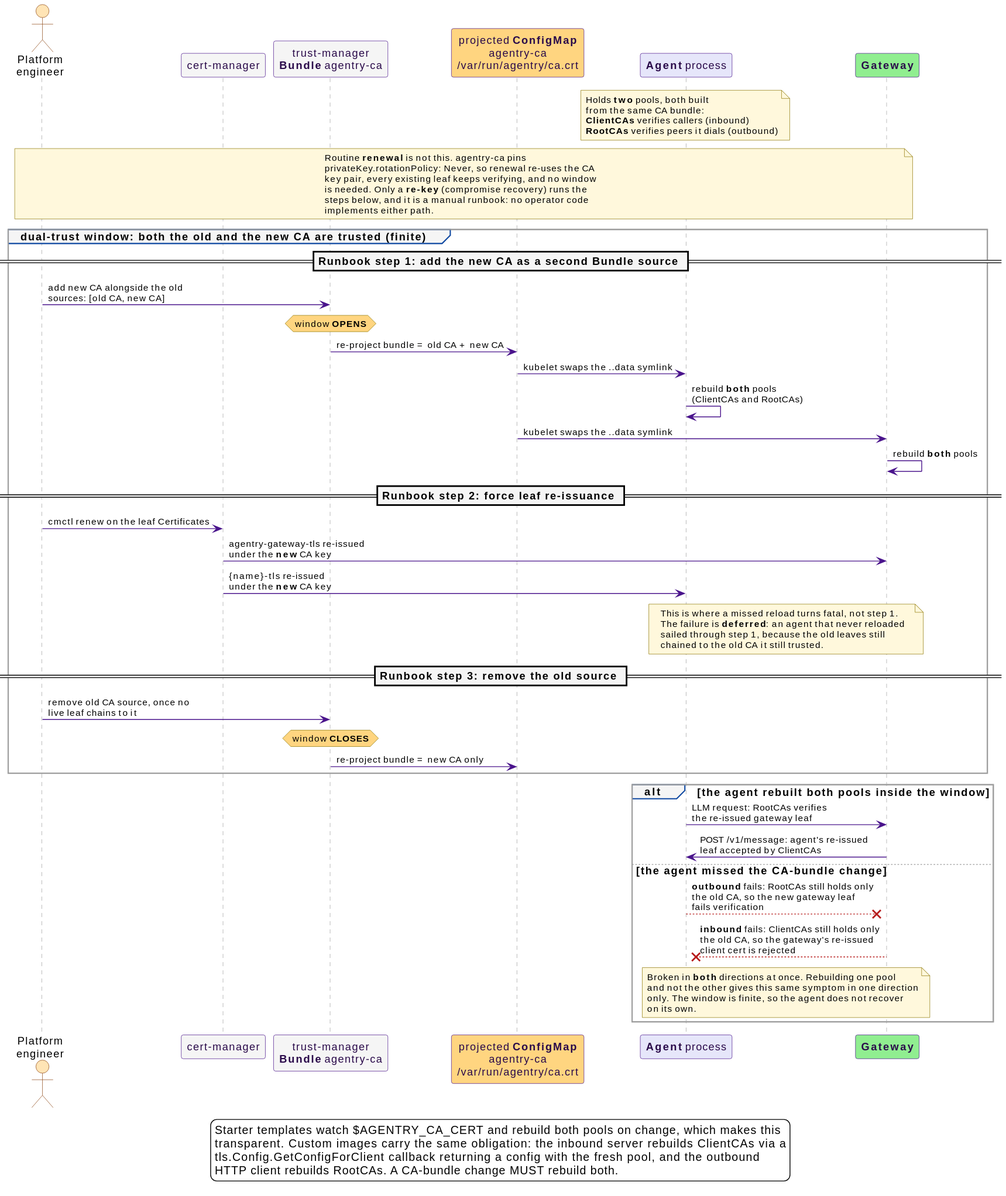
Above: docs/src/diagrams/ca-rekey-window.svg in win07xp/kaalm (PlantUML), before the change. Its diagram source:
```plantuml
@startuml
!include _style.puml

skinparam wrapWidth 340

actor "Platform\nengineer" as PE #FFE4B5
participant "cert-manager" as CM #F5F5F5
participant "trust-manager\n**Bundle** agentry-ca" as TM #F5F5F5
participant "projected **ConfigMap**\nagentry-ca\n/var/run/agentry/ca.crt" as CFG #FFD580
participant "**Agent** process" as AG #E6E6FA
participant "**Gateway**" as GW #90EE90

note over AG
  Holds **two** pools, both built
  from the same CA bundle:
  **ClientCAs** verifies callers (inbound)
  **RootCAs** verifies peers it dials (outbound)
end note

note over PE, GW #FFF8DC
  Routine **renewal** is not this. agentry-ca pins
  privateKey.rotationPolicy: Never, so renewal re-uses the CA
  key pair, every existing leaf keeps verifying, and no window
  is needed. Only a **re-key** (compromise recovery) runs the
  steps below, and it is a manual runbook: no operator code
  implements either path.
end note

group dual-trust window: both the old and the new CA are trusted (finite)

  == Runbook step 1: add the new CA as a second Bundle source ==
  PE -> TM : add new CA alongside the old\nsources: [old CA, new CA]
  hnote over TM #FFD580 : window **OPENS**
  TM -> CFG : re-project bundle = old CA + new CA
  CFG -> AG : kubelet swaps the ..data symlink
  AG -> AG : rebuild **both** pools\n(ClientCAs and RootCAs)
  CFG -> GW : kubelet swaps the ..data symlink
  GW -> GW : rebuild **both** pools

  == Runbook step 2: force leaf re-issuance ==
  PE -> CM : cmctl renew on the leaf Certificates
  CM -> GW : agentry-gateway-tls re-issued\nunder the **new** CA key
  CM -> AG : {name}-tls re-issued\nunder the **new** CA key
  note over AG, GW #FFF8DC
    This is where a missed reload turns fatal, not step 1.
    The failure is **deferred**: an agent that never reloaded
    sailed through step 1, because the old leaves still
    chained to the old CA it still trusted.
  end note

  == Runbook step 3: remove the old source ==
  PE -> TM : remove old CA source, once no\nlive leaf chains to it
  hnote over TM #FFD580 : window **CLOSES**
  TM -> CFG : re-project bundle = new CA only
end

alt the agent rebuilt both pools inside the window
  AG -> GW : LLM request: RootCAs verifies\nthe re-issued gateway leaf
  GW -> AG : POST /v1/message: agent's re-issued\nleaf accepted by ClientCAs
else the agent missed the CA-bundle change
  AG -[#B71C1C]->x GW : **outbound** fails: RootCAs still holds only\nthe old CA, so the new gateway leaf\nfails verification
  GW -[#B71C1C]->x AG : **inbound** fails: ClientCAs still holds only\nthe old CA, so the gateway's re-issued\nclient cert is rejected
  note over AG, GW #FFF8DC
    Broken in **both** directions at once. Rebuilding one pool
    and not the other gives this same symptom in one direction
    only. The window is finite, so the agent does not recover
    on its own.
  end note
end

legend bottom
  Starter templates watch $AGENTRY_CA_CERT and rebuild both pools on change, which makes this
  transparent. Custom images carry the same obligation: the inbound server rebuilds ClientCAs via a
  tls.Config.GetConfigForClient callback returning a config with the fresh pool, and the outbound
  HTTP client rebuilds RootCAs. A CA-bundle change MUST rebuild both.
endlegend
@enduml
```
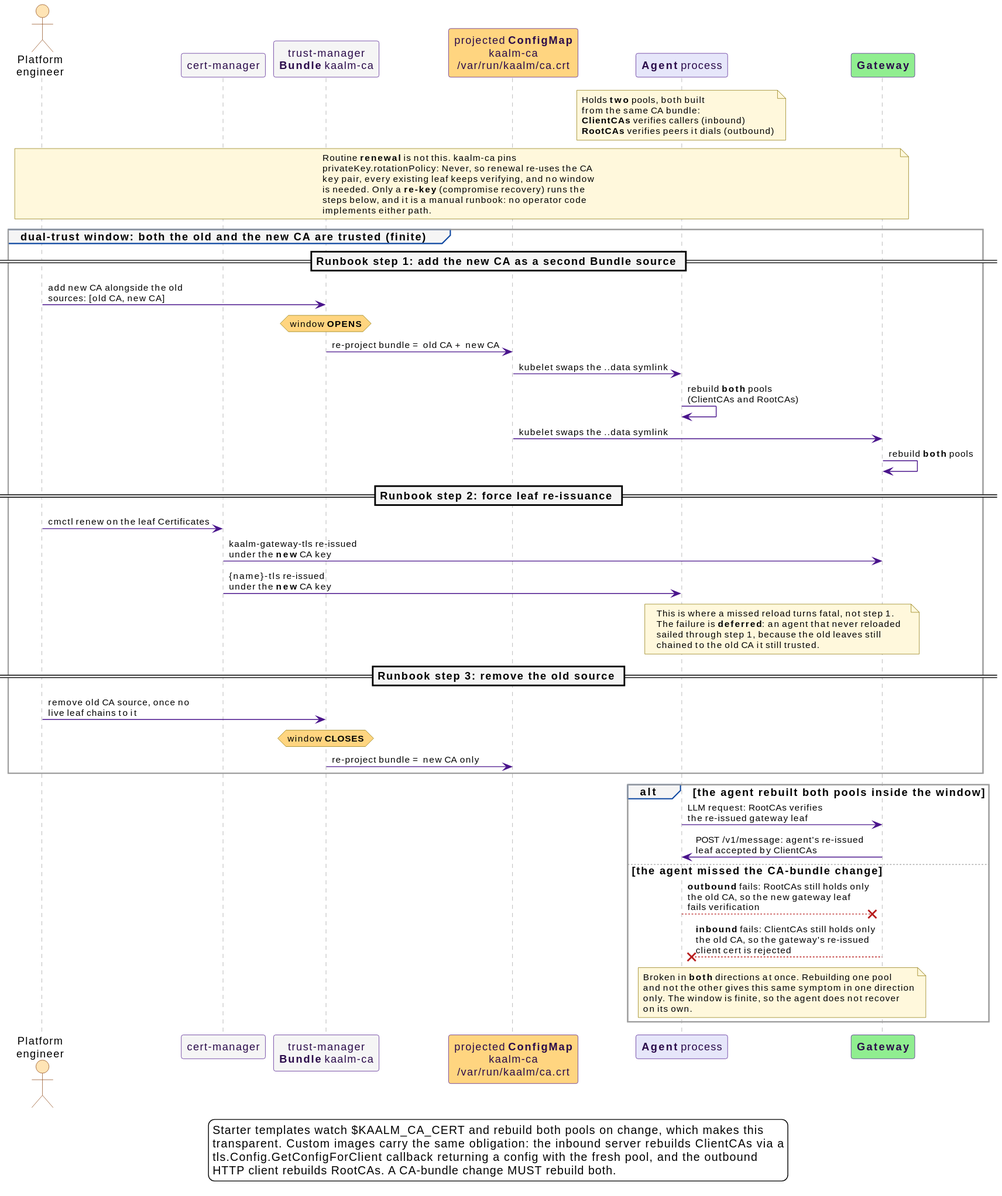
Later version of the same file.

The edit, as a diff of the source:
```diff
@@ -5,8 +5,8 @@
 
 actor "Platform\nengineer" as PE #FFE4B5
 participant "cert-manager" as CM #F5F5F5
-participant "trust-manager\n**Bundle** agentry-ca" as TM #F5F5F5
-participant "projected **ConfigMap**\nagentry-ca\n/var/run/agentry/ca.crt" as CFG #FFD580
+participant "trust-manager\n**Bundle** kaalm-ca" as TM #F5F5F5
+participant "projected **ConfigMap**\nkaalm-ca\n/var/run/kaalm/ca.crt" as CFG #FFD580
 participant "**Agent** process" as AG #E6E6FA
 participant "**Gateway**" as GW #90EE90
 
@@ -18,7 +18,7 @@
 end note
 
 note over PE, GW #FFF8DC
-  Routine **renewal** is not this. agentry-ca pins
+  Routine **renewal** is not this. kaalm-ca pins
   privateKey.rotationPolicy: Never, so renewal re-uses the CA
   key pair, every existing leaf keeps verifying, and no window
   is needed. Only a **re-key** (compromise recovery) runs the
@@ -39,7 +39,7 @@
 
   == Runbook step 2: force leaf re-issuance ==
   PE -> CM : cmctl renew on the leaf Certificates
-  CM -> GW : agentry-gateway-tls re-issued\nunder the **new** CA key
+  CM -> GW : kaalm-gateway-tls re-issued\nunder the **new** CA key
   CM -> AG : {name}-tls re-issued\nunder the **new** CA key
   note over AG, GW #FFF8DC
     This is where a missed reload turns fatal, not step 1.
@@ -69,7 +69,7 @@
 end
 
 legend bottom
-  Starter templates watch $AGENTRY_CA_CERT and rebuild both pools on change, which makes this
+  Starter templates watch $KAALM_CA_CERT and rebuild both pools on change, which makes this
   transparent. Custom images carry the same obligation: the inbound server rebuilds ClientCAs via a
   tls.Config.GetConfigForClient callback returning a config with the fresh pool, and the outbound
   HTTP client rebuilds RootCAs. A CA-bundle change MUST rebuild both.
```
